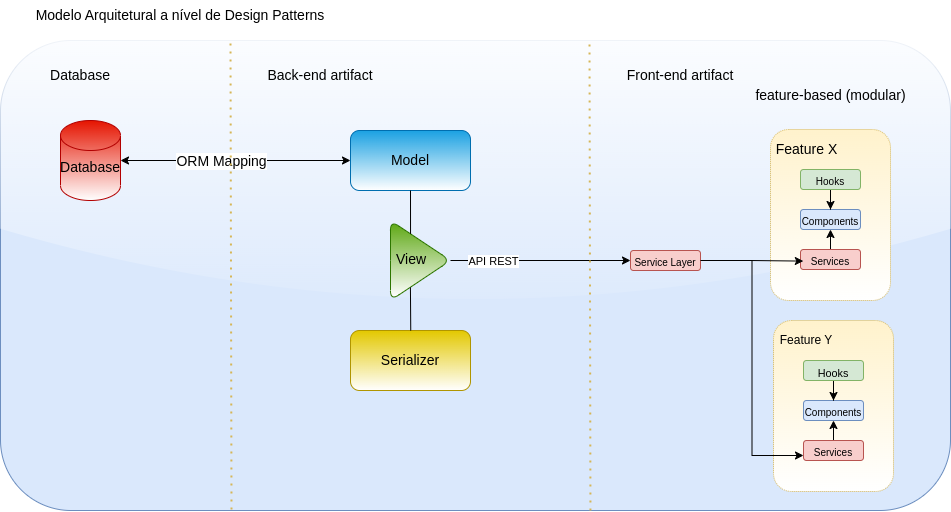
peddro1/frontend_sisgetask keeps this draw.io diagram as assets/design-patterns-diagram.png. Above is the earlier version. Source tidied: cells renumbered, new cells last; positions are measured from the earlier drawing's top-left corner, leaving out a move shared by most shapes.
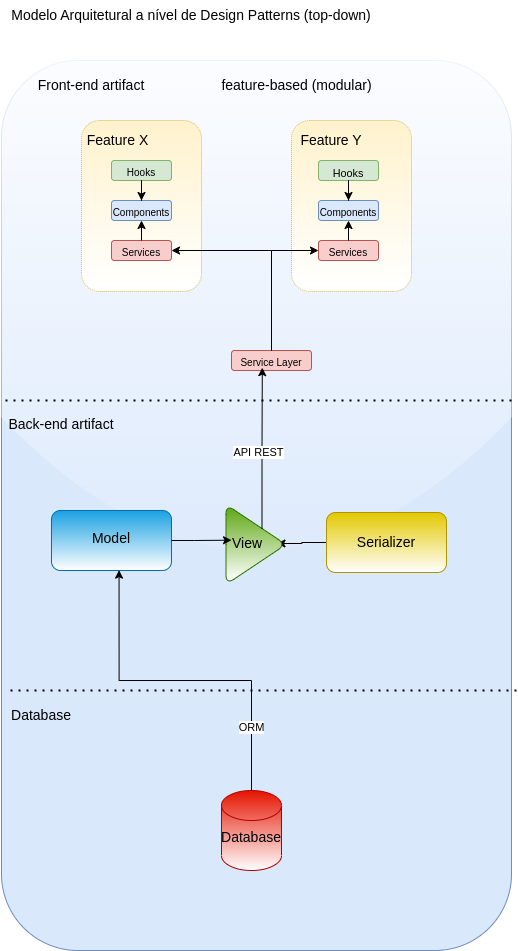
The same file after the commit.

What changed in the source:
```diff
@@ -2,130 +2,143 @@
   <root>
     <mxCell id="0" />
     <mxCell id="1" parent="0" />
-    <mxCell id="2" style="rounded=1;whiteSpace=wrap;html=1;fillColor=#dae8fc;strokeColor=#6c8ebf;glass=1;" parent="1" vertex="1">
-      <mxGeometry y="40" width="950" height="470" as="geometry" />
-    </mxCell>
-    <mxCell id="3" style="rounded=1;whiteSpace=wrap;html=1;glass=0;dashed=1;dashPattern=1 1;fillColor=#fff2cc;strokeColor=#d6b656;gradientColor=#FFFFFF;" parent="1" vertex="1">
-      <mxGeometry x="773" y="320" width="120" height="171" as="geometry" />
-    </mxCell>
-    <mxCell id="4" style="shape=cylinder3;whiteSpace=wrap;html=1;boundedLbl=1;backgroundOutline=1;size=15;fillColor=#e51400;fontColor=#ffffff;strokeColor=#B20000;gradientColor=#FFFFFF;" parent="1" vertex="1">
-      <mxGeometry x="60" y="120" width="60" height="80" as="geometry" />
-    </mxCell>
+    <mxCell id="40" style="rounded=1;whiteSpace=wrap;html=1;fillColor=#dae8fc;strokeColor=#6c8ebf;glass=1;" parent="1" vertex="1">
+      <mxGeometry x="-690" y="-250" width="510" height="890" as="geometry" />
+    </mxCell>
+    <mxCell id="41" style="endArrow=none;dashed=1;html=1;dashPattern=1 3;strokeWidth=2;rounded=0;exitX=1;exitY=0.25;exitDx=0;exitDy=0;" parent="1" edge="1">
+      <mxGeometry relative="1" as="geometry">
+        <mxPoint x="-180" y="90" as="sourcePoint" />
+        <mxPoint x="-690" y="90" as="targetPoint" />
+      </mxGeometry>
+    </mxCell>
+    <mxCell id="16" value="Front-end artifact" style="text;html=1;align=center;verticalAlign=middle;whiteSpace=wrap;rounded=0;fontSize=14;" parent="1" vertex="1">
+      <mxGeometry x="-690" y="-240" width="180" height="30" as="geometry" />
+    </mxCell>
+    <mxCell id="15" value="Back-end artifact" style="text;html=1;align=center;verticalAlign=middle;whiteSpace=wrap;rounded=0;fontSize=14;" parent="1" vertex="1">
+      <mxGeometry x="-690" y="99" width="120" height="30" as="geometry" />
+    </mxCell>
+    <mxCell id="42" style="endArrow=none;dashed=1;html=1;dashPattern=1 3;strokeWidth=2;rounded=0;exitX=1;exitY=0.25;exitDx=0;exitDy=0;" parent="1" edge="1">
+      <mxGeometry relative="1" as="geometry">
+        <mxPoint x="-175" y="380" as="sourcePoint" />
+        <mxPoint x="-685" y="380" as="targetPoint" />
+      </mxGeometry>
+    </mxCell>
+    <mxCell id="43" value="Database" style="text;html=1;align=center;verticalAlign=middle;whiteSpace=wrap;rounded=0;fontSize=14;" parent="1" vertex="1">
+      <mxGeometry x="-680" y="390" width="60" height="30" as="geometry" />
+    </mxCell>
+    <mxCell id="44" style="shape=cylinder3;whiteSpace=wrap;html=1;boundedLbl=1;backgroundOutline=1;size=15;fillColor=#e51400;fontColor=#ffffff;strokeColor=#B20000;gradientColor=#FFFFFF;" parent="1" vertex="1">
+      <mxGeometry x="-470" y="480" width="60" height="80" as="geometry" />
+    </mxCell>
+    <mxCell id="45" value="Database" style="text;html=1;align=center;verticalAlign=middle;whiteSpace=wrap;rounded=0;fontSize=14;" parent="1" vertex="1">
+      <mxGeometry x="-470" y="512" width="60" height="30" as="geometry" />
+    </mxCell>
+    <mxCell id="46" style="edgeStyle=orthogonalEdgeStyle;rounded=0;jettySize=auto;html=1;" parent="1" edge="1" source="5" target="38">
+      <mxGeometry relative="1" as="geometry" />
+    </mxCell>
     <mxCell id="5" value="Serializer" style="rounded=1;whiteSpace=wrap;html=1;fillColor=#e3c800;strokeColor=#B09500;fontColor=#000000;glass=0;gradientColor=#FFFFFF;fontSize=14;" parent="1" vertex="1">
-      <mxGeometry x="350" y="330" width="120" height="60" as="geometry" />
+      <mxGeometry x="-365" y="202" width="120" height="60" as="geometry" />
     </mxCell>
-    <mxCell id="6" style="rounded=1;whiteSpace=wrap;html=1;fillColor=#1ba1e2;fontColor=#ffffff;strokeColor=#006EAF;gradientColor=#FFFFFF;glass=0;" parent="1" vertex="1">
-      <mxGeometry x="350" y="130" width="120" height="60" as="geometry" />
-    </mxCell>
-    <mxCell id="7" style="edgeStyle=orthogonalEdgeStyle;rounded=0;jettySize=auto;html=1;exitX=1;exitY=0.5;exitDx=0;exitDy=0;entryX=0;entryY=0.5;entryDx=0;entryDy=0;" parent="1" edge="1" source="9" target="27">
-      <mxGeometry relative="1" as="geometry">
-        <Array as="points">
-          <mxPoint x="630" y="260" />
-        </Array>
-      </mxGeometry>
-    </mxCell>
+    <mxCell id="18" value="feature-based (modular)" style="text;html=1;align=center;verticalAlign=middle;strokeColor=none;fillColor=none;fontSize=14;" parent="1" vertex="1">
+      <mxGeometry x="-480" y="-240" width="170" height="30" as="geometry" />
+    </mxCell>
+    <mxCell id="27" value="&lt;sub&gt;Service Layer&lt;/sub&gt;" style="rounded=1;whiteSpace=wrap;html=1;fillColor=#f8cecc;strokeColor=#b85450;" parent="1" vertex="1">
+      <mxGeometry x="-460" y="40" width="80" height="20" as="geometry" />
+    </mxCell>
+    <mxCell id="47" style="group;" parent="1" vertex="1">
+      <mxGeometry x="-610" y="-190" width="120" height="171" as="geometry" />
+    </mxCell>
+    <mxCell id="48" style="rounded=1;whiteSpace=wrap;html=1;glass=0;dashed=1;dashPattern=1 1;fillColor=#fff2cc;strokeColor=#d6b656;gradientColor=#FFFFFF;" parent="47" vertex="1">
+      <mxGeometry width="120" height="171" as="geometry" />
+    </mxCell>
+    <mxCell id="49" value="&lt;sub&gt;Components&lt;/sub&gt;" style="rounded=1;whiteSpace=wrap;html=1;fillColor=#dae8fc;strokeColor=#6c8ebf;" parent="47" vertex="1">
+      <mxGeometry x="30" y="80" width="60" height="20" as="geometry" />
+    </mxCell>
+    <mxCell id="22" value="&lt;sub&gt;Hooks&lt;/sub&gt;" style="rounded=1;whiteSpace=wrap;html=1;fillColor=#d5e8d4;strokeColor=#82b366;" parent="47" vertex="1">
+      <mxGeometry x="30" y="40" width="60" height="20" as="geometry" />
+    </mxCell>
+    <mxCell id="50" value="&lt;sub&gt;Services&lt;/sub&gt;" style="rounded=1;whiteSpace=wrap;html=1;fillColor=#f8cecc;strokeColor=#b85450;" parent="47" vertex="1">
+      <mxGeometry x="30" y="120" width="60" height="20" as="geometry" />
+    </mxCell>
+    <mxCell id="25" value="Feature X" style="text;html=1;align=center;verticalAlign=middle;whiteSpace=wrap;rounded=0;fontSize=14;" parent="47" vertex="1">
+      <mxGeometry x="3" y="5" width="67" height="30" as="geometry" />
+    </mxCell>
+    <mxCell id="51" style="edgeStyle=orthogonalEdgeStyle;rounded=0;jettySize=auto;html=1;entryX=0.5;entryY=0;entryDx=0;entryDy=0;" parent="47" edge="1" source="22" target="49">
+      <mxGeometry relative="1" as="geometry" />
+    </mxCell>
+    <mxCell id="52" style="edgeStyle=orthogonalEdgeStyle;rounded=0;jettySize=auto;html=1;exitX=0.5;exitY=0;exitDx=0;exitDy=0;entryX=0.5;entryY=1;entryDx=0;entryDy=0;" parent="47" edge="1" source="50" target="49">
+      <mxGeometry relative="1" as="geometry" />
+    </mxCell>
+    <mxCell id="53" style="group;" parent="1" vertex="1">
+      <mxGeometry x="-400" y="-190" width="120" height="171" as="geometry" />
+    </mxCell>
+    <mxCell id="54" style="rounded=1;whiteSpace=wrap;html=1;glass=0;dashed=1;dashPattern=1 1;fillColor=#fff2cc;strokeColor=#d6b656;gradientColor=#FFFFFF;" parent="53" vertex="1">
+      <mxGeometry width="120" height="171" as="geometry" />
+    </mxCell>
+    <mxCell id="55" value="&lt;sub&gt;Components&lt;/sub&gt;" style="rounded=1;whiteSpace=wrap;html=1;fillColor=#dae8fc;strokeColor=#6c8ebf;" parent="53" vertex="1">
+      <mxGeometry x="27" y="80" width="60" height="20" as="geometry" />
+    </mxCell>
+    <mxCell id="31" value="&lt;sub&gt;&lt;font&gt;Hooks&lt;/font&gt;&lt;/sub&gt;" style="rounded=1;whiteSpace=wrap;html=1;fillColor=#d5e8d4;strokeColor=#82b366;fontSize=13;" parent="53" vertex="1">
+      <mxGeometry x="27" y="40" width="60" height="20" as="geometry" />
+    </mxCell>
+    <mxCell id="56" value="&lt;sub&gt;Services&lt;/sub&gt;" style="rounded=1;whiteSpace=wrap;html=1;fillColor=#f8cecc;strokeColor=#b85450;" parent="53" vertex="1">
+      <mxGeometry x="27" y="120" width="60" height="20" as="geometry" />
+    </mxCell>
+    <mxCell id="34" value="Feature Y" style="text;html=1;align=center;verticalAlign=middle;whiteSpace=wrap;rounded=0;fontSize=14;" parent="53" vertex="1">
+      <mxGeometry y="5" width="80" height="30" as="geometry" />
+    </mxCell>
+    <mxCell id="57" style="edgeStyle=orthogonalEdgeStyle;rounded=0;jettySize=auto;html=1;entryX=0.5;entryY=0;entryDx=0;entryDy=0;" parent="53" edge="1" source="31" target="55">
+      <mxGeometry relative="1" as="geometry" />
+    </mxCell>
+    <mxCell id="58" style="edgeStyle=orthogonalEdgeStyle;rounded=0;jettySize=auto;html=1;exitX=0.5;exitY=0;exitDx=0;exitDy=0;entryX=0.5;entryY=1;entryDx=0;entryDy=0;" parent="53" edge="1" source="56" target="55">
+      <mxGeometry relative="1" as="geometry" />
+    </mxCell>
+    <mxCell id="59" style="edgeStyle=orthogonalEdgeStyle;rounded=0;jettySize=auto;html=1;exitX=0.5;exitY=0;exitDx=0;exitDy=0;entryX=0;entryY=0.5;entryDx=0;entryDy=0;" parent="1" edge="1" source="27" target="56">
+      <mxGeometry relative="1" as="geometry" />
+    </mxCell>
+    <mxCell id="60" style="edgeStyle=orthogonalEdgeStyle;rounded=0;jettySize=auto;html=1;entryX=1;entryY=0.5;entryDx=0;entryDy=0;" parent="1" edge="1" source="27" target="50">
+      <mxGeometry relative="1" as="geometry">
+        <Array as="points">
+          <mxPoint x="-420" y="-60" />
+        </Array>
+      </mxGeometry>
+    </mxCell>
+    <mxCell id="61" style="group;" parent="1" vertex="1">
+      <mxGeometry x="-640" y="200" width="120" height="60" as="geometry" />
+    </mxCell>
+    <mxCell id="62" style="rounded=1;whiteSpace=wrap;html=1;fillColor=#1ba1e2;fontColor=#ffffff;strokeColor=#006EAF;gradientColor=#FFFFFF;glass=0;" parent="61" vertex="1">
+      <mxGeometry width="120" height="60" as="geometry" />
+    </mxCell>
+    <mxCell id="37" value="Model" style="text;html=1;align=center;verticalAlign=middle;whiteSpace=wrap;rounded=0;fontSize=14;" parent="61" vertex="1">
+      <mxGeometry x="30" y="13" width="60" height="30" as="geometry" />
+    </mxCell>
+    <mxCell id="63" style="group;" parent="1" vertex="1">
+      <mxGeometry x="-474.5" y="194" width="69" height="80" as="geometry" />
+    </mxCell>
+    <mxCell id="64" style="triangle;whiteSpace=wrap;html=1;fillColor=#60a917;strokeColor=#2D7600;fontColor=#ffffff;rounded=1;gradientColor=#FFFFFF;" parent="63" vertex="1">
+      <mxGeometry x="9" width="60" height="80" as="geometry" />
+    </mxCell>
+    <mxCell id="38" value="View" style="text;html=1;align=center;verticalAlign=middle;whiteSpace=wrap;rounded=0;fontSize=14;" parent="63" vertex="1">
+      <mxGeometry y="24" width="60" height="30" as="geometry" />
+    </mxCell>
+    <mxCell id="65" style="edgeStyle=orthogonalEdgeStyle;rounded=0;jettySize=auto;html=1;exitX=1;exitY=0.5;exitDx=0;exitDy=0;entryX=0.242;entryY=0.389;entryDx=0;entryDy=0;entryPerimeter=0;" parent="1" edge="1" source="62" target="38">
+      <mxGeometry relative="1" as="geometry" />
+    </mxCell>
+    <mxCell id="66" style="edgeStyle=orthogonalEdgeStyle;rounded=0;jettySize=auto;html=1;exitX=0.5;exitY=0;exitDx=0;exitDy=0;exitPerimeter=0;entryX=0.563;entryY=0.994;entryDx=0;entryDy=0;entryPerimeter=0;" parent="1" edge="1" source="44" target="62">
+      <mxGeometry relative="1" as="geometry" />
+    </mxCell>
+    <mxCell id="67" value="ORM" style="edgeLabel;html=1;align=center;verticalAlign=middle;" parent="66" vertex="1">
+      <mxGeometry x="-0.64" y="1" relative="1" as="geometry" />
+    </mxCell>
+    <mxCell id="68" style="edgeStyle=orthogonalEdgeStyle;rounded=0;jettySize=auto;html=1;exitX=0.75;exitY=0;exitDx=0;exitDy=0;entryX=0.385;entryY=0.858;entryDx=0;entryDy=0;entryPerimeter=0;" parent="1" edge="1" source="38" target="27">
+      <mxGeometry relative="1" as="geometry" />
+    </mxCell>
-    <mxCell id="8" value="API REST" style="edgeLabel;html=1;align=center;verticalAlign=middle;" parent="7" vertex="1">
-      <mxGeometry x="-0.54" relative="1" as="geometry" />
+    <mxCell id="8" value="API REST" style="edgeLabel;html=1;align=center;verticalAlign=middle;" parent="68" vertex="1">
+      <mxGeometry x="-0.02" y="2" relative="1" as="geometry">
+        <mxPoint x="-2" y="2" as="offset" />
+      </mxGeometry>
     </mxCell>
-    <mxCell id="9" style="triangle;whiteSpace=wrap;html=1;fillColor=#60a917;strokeColor=#2D7600;fontColor=#ffffff;rounded=1;gradientColor=#FFFFFF;" parent="1" vertex="1">
-      <mxGeometry x="390" y="220" width="60" height="80" as="geometry" />
-    </mxCell>
-    <mxCell id="10" style="endArrow=none;html=1;rounded=0;entryX=0.5;entryY=1;entryDx=0;entryDy=0;exitX=0.334;exitY=0.167;exitDx=0;exitDy=0;exitPerimeter=0;" parent="1" edge="1" source="9" target="6">
-      <mxGeometry relative="1" as="geometry" />
-    </mxCell>
-    <mxCell id="11" style="endArrow=none;html=1;rounded=0;entryX=0.332;entryY=0.836;entryDx=0;entryDy=0;entryPerimeter=0;" parent="1" edge="1" target="9">
-      <mxGeometry relative="1" as="geometry">
-        <mxPoint x="410.2" y="330" as="sourcePoint" />
-      </mxGeometry>
-    </mxCell>
-    <mxCell id="12" style="endArrow=classic;startArrow=classic;html=1;rounded=0;exitX=1;exitY=0.5;exitDx=0;exitDy=0;exitPerimeter=0;entryX=0;entryY=0.5;entryDx=0;entryDy=0;" parent="1" edge="1" source="4" target="6">
-      <mxGeometry relative="1" as="geometry" />
-    </mxCell>
-    <mxCell id="13" value="ORM Mapping" style="edgeLabel;html=1;align=center;verticalAlign=middle;fontSize=14;" parent="12" vertex="1">
-      <mxGeometry x="-0.57" relative="1" as="geometry">
-        <mxPoint x="50" as="offset" />
-      </mxGeometry>
-    </mxCell>
-    <mxCell id="14" style="endArrow=none;dashed=1;html=1;dashPattern=1 3;strokeWidth=2;rounded=0;fillColor=#fff2cc;strokeColor=#d6b656;exitX=0.621;exitY=1;exitDx=0;exitDy=0;exitPerimeter=0;entryX=0.62;entryY=0.002;entryDx=0;entryDy=0;entryPerimeter=0;" parent="1" edge="1" source="2" target="2">
-      <mxGeometry relative="1" as="geometry" />
-    </mxCell>
-    <mxCell id="15" value="Back-end artifact" style="text;html=1;align=center;verticalAlign=middle;whiteSpace=wrap;rounded=0;fontSize=14;" parent="1" vertex="1">
-      <mxGeometry x="260" y="60" width="120" height="30" as="geometry" />
-    </mxCell>
-    <mxCell id="16" value="Front-end artifact" style="text;html=1;align=center;verticalAlign=middle;whiteSpace=wrap;rounded=0;fontSize=14;" parent="1" vertex="1">
-      <mxGeometry x="590" y="60" width="180" height="30" as="geometry" />
-    </mxCell>
-    <mxCell id="17" value="Database" style="text;html=1;align=center;verticalAlign=middle;whiteSpace=wrap;rounded=0;fontSize=14;" parent="1" vertex="1">
-      <mxGeometry x="50" y="60" width="60" height="30" as="geometry" />
-    </mxCell>
-    <mxCell id="18" value="feature-based (modular)" style="text;html=1;align=center;verticalAlign=middle;strokeColor=none;fillColor=none;fontSize=14;" parent="1" vertex="1">
-      <mxGeometry x="745" y="80" width="170" height="30" as="geometry" />
-    </mxCell>
-    <mxCell id="19" style="rounded=1;whiteSpace=wrap;html=1;glass=0;dashed=1;dashPattern=1 1;fillColor=#fff2cc;strokeColor=#d6b656;gradientColor=#FFFFFF;" parent="1" vertex="1">
-      <mxGeometry x="770" y="129" width="120" height="171" as="geometry" />
-    </mxCell>
-    <mxCell id="20" value="&lt;sub&gt;Components&lt;/sub&gt;" style="rounded=1;whiteSpace=wrap;html=1;fillColor=#dae8fc;strokeColor=#6c8ebf;" parent="1" vertex="1">
-      <mxGeometry x="800" y="209" width="60" height="20" as="geometry" />
-    </mxCell>
-    <mxCell id="21" style="edgeStyle=orthogonalEdgeStyle;rounded=0;jettySize=auto;html=1;entryX=0.5;entryY=0;entryDx=0;entryDy=0;" parent="1" edge="1" source="22" target="20">
-      <mxGeometry relative="1" as="geometry" />
-    </mxCell>
-    <mxCell id="22" value="&lt;sub&gt;Hooks&lt;/sub&gt;" style="rounded=1;whiteSpace=wrap;html=1;fillColor=#d5e8d4;strokeColor=#82b366;" parent="1" vertex="1">
-      <mxGeometry x="800" y="169" width="60" height="20" as="geometry" />
-    </mxCell>
-    <mxCell id="23" style="edgeStyle=orthogonalEdgeStyle;rounded=0;jettySize=auto;html=1;exitX=0.5;exitY=0;exitDx=0;exitDy=0;entryX=0.5;entryY=1;entryDx=0;entryDy=0;" parent="1" edge="1" source="24" target="20">
-      <mxGeometry relative="1" as="geometry" />
-    </mxCell>
-    <mxCell id="24" value="&lt;sub&gt;Services&lt;/sub&gt;" style="rounded=1;whiteSpace=wrap;html=1;fillColor=#f8cecc;strokeColor=#b85450;" parent="1" vertex="1">
-      <mxGeometry x="800" y="249" width="60" height="20" as="geometry" />
-    </mxCell>
-    <mxCell id="25" value="Feature X" style="text;html=1;align=center;verticalAlign=middle;whiteSpace=wrap;rounded=0;fontSize=14;" parent="1" vertex="1">
-      <mxGeometry x="773" y="134" width="67" height="30" as="geometry" />
-    </mxCell>
-    <mxCell id="26" style="edgeStyle=orthogonalEdgeStyle;rounded=0;jettySize=auto;html=1;exitX=1;exitY=0.5;exitDx=0;exitDy=0;entryX=0;entryY=0.75;entryDx=0;entryDy=0;" parent="1" edge="1" source="27" target="33">
-      <mxGeometry relative="1" as="geometry" />
-    </mxCell>
-    <mxCell id="27" value="&lt;sub&gt;Service Layer&lt;/sub&gt;" style="rounded=1;whiteSpace=wrap;html=1;fillColor=#f8cecc;strokeColor=#b85450;" parent="1" vertex="1">
-      <mxGeometry x="630" y="250" width="70" height="20" as="geometry" />
-    </mxCell>
-    <mxCell id="28" style="edgeStyle=orthogonalEdgeStyle;rounded=0;jettySize=auto;html=1;exitX=1;exitY=0.5;exitDx=0;exitDy=0;entryX=0.047;entryY=0.58;entryDx=0;entryDy=0;entryPerimeter=0;" parent="1" edge="1" source="27" target="24">
-      <mxGeometry relative="1" as="geometry" />
-    </mxCell>
-    <mxCell id="29" value="&lt;sub&gt;Components&lt;/sub&gt;" style="rounded=1;whiteSpace=wrap;html=1;fillColor=#dae8fc;strokeColor=#6c8ebf;" parent="1" vertex="1">
-      <mxGeometry x="803" y="400" width="60" height="20" as="geometry" />
-    </mxCell>
-    <mxCell id="30" style="edgeStyle=orthogonalEdgeStyle;rounded=0;jettySize=auto;html=1;entryX=0.5;entryY=0;entryDx=0;entryDy=0;" parent="1" edge="1" source="31" target="29">
-      <mxGeometry relative="1" as="geometry" />
-    </mxCell>
-    <mxCell id="31" value="&lt;sub&gt;&lt;font&gt;Hooks&lt;/font&gt;&lt;/sub&gt;" style="rounded=1;whiteSpace=wrap;html=1;fillColor=#d5e8d4;strokeColor=#82b366;fontSize=13;" parent="1" vertex="1">
-      <mxGeometry x="803" y="360" width="60" height="20" as="geometry" />
-    </mxCell>
-    <mxCell id="32" style="edgeStyle=orthogonalEdgeStyle;rounded=0;jettySize=auto;html=1;exitX=0.5;exitY=0;exitDx=0;exitDy=0;entryX=0.5;entryY=1;entryDx=0;entryDy=0;" parent="1" edge="1" source="33" target="29">
-      <mxGeometry relative="1" as="geometry" />
-    </mxCell>
-    <mxCell id="33" value="&lt;sub&gt;Services&lt;/sub&gt;" style="rounded=1;whiteSpace=wrap;html=1;fillColor=#f8cecc;strokeColor=#b85450;" parent="1" vertex="1">
-      <mxGeometry x="803" y="440" width="60" height="20" as="geometry" />
-    </mxCell>
-    <mxCell id="34" value="Feature Y" style="text;html=1;align=center;verticalAlign=middle;whiteSpace=wrap;rounded=0;" parent="1" vertex="1">
-      <mxGeometry x="776" y="325" width="60" height="30" as="geometry" />
-    </mxCell>
-    <mxCell id="35" value="Modelo Arquitetural a nível de Design Patterns" style="text;html=1;align=center;verticalAlign=middle;whiteSpace=wrap;rounded=0;fontSize=14;" parent="1" vertex="1">
-      <mxGeometry x="30" width="300" height="30" as="geometry" />
-    </mxCell>
-    <mxCell id="36" style="endArrow=none;dashed=1;html=1;dashPattern=1 3;strokeWidth=2;rounded=0;fillColor=#fff2cc;strokeColor=#d6b656;exitX=0.621;exitY=1;exitDx=0;exitDy=0;exitPerimeter=0;entryX=0.62;entryY=0.002;entryDx=0;entryDy=0;entryPerimeter=0;" parent="1" edge="1">
-      <mxGeometry relative="1" as="geometry">
-        <mxPoint x="231" y="509" as="sourcePoint" />
-        <mxPoint x="230" y="40" as="targetPoint" />
-      </mxGeometry>
-    </mxCell>
-    <mxCell id="37" value="Model" style="text;html=1;align=center;verticalAlign=middle;whiteSpace=wrap;rounded=0;fontSize=14;" parent="1" vertex="1">
-      <mxGeometry x="380" y="145" width="60" height="30" as="geometry" />
-    </mxCell>
-    <mxCell id="38" value="View" style="text;html=1;align=center;verticalAlign=middle;whiteSpace=wrap;rounded=0;fontSize=14;" parent="1" vertex="1">
-      <mxGeometry x="381" y="244" width="60" height="30" as="geometry" />
-    </mxCell>
-    <mxCell id="39" value="Database" style="text;html=1;align=center;verticalAlign=middle;whiteSpace=wrap;rounded=0;fontSize=14;" parent="1" vertex="1">
-      <mxGeometry x="60" y="152" width="60" height="30" as="geometry" />
-    </mxCell>
+    <mxCell id="69" value="Modelo Arquitetural a nível de Design Patterns (top-down)" style="text;html=1;align=center;verticalAlign=middle;whiteSpace=wrap;rounded=0;fontSize=14;" parent="1" vertex="1">
+      <mxGeometry x="-690" y="-310" width="380" height="30" as="geometry" />
+    </mxCell>
   </root>
 </mxGraphModel>
```
